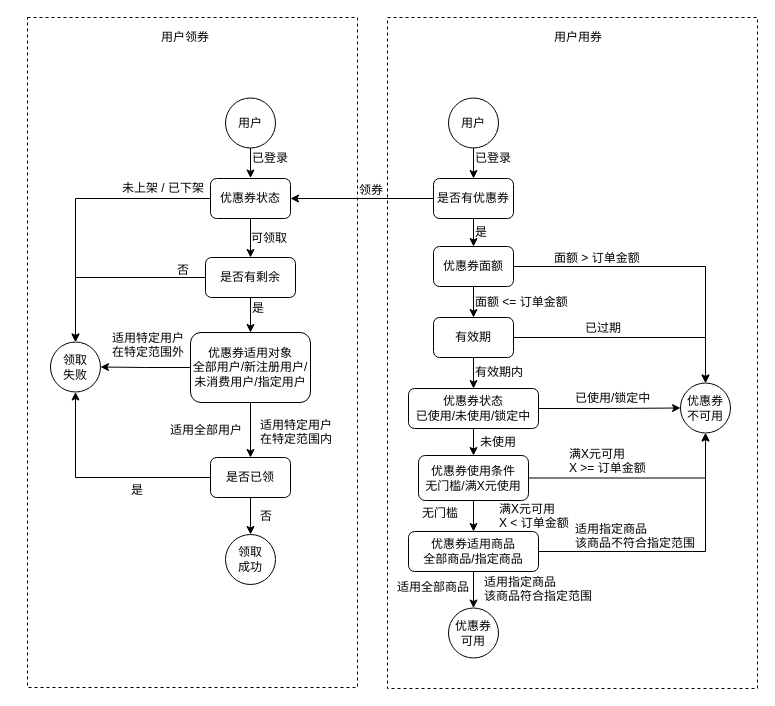
Earlier version of the draw.io diagram coupon.drawio (cocosongying/data). Source tidied: cells renumbered, new cells numbered last; positions are measured from the earlier drawing's top-left corner, leaving out a move shared by most shapes. Both pictures are drawn from the tidied source at 100%, with x=0, y=0 at pixel (27, 17).
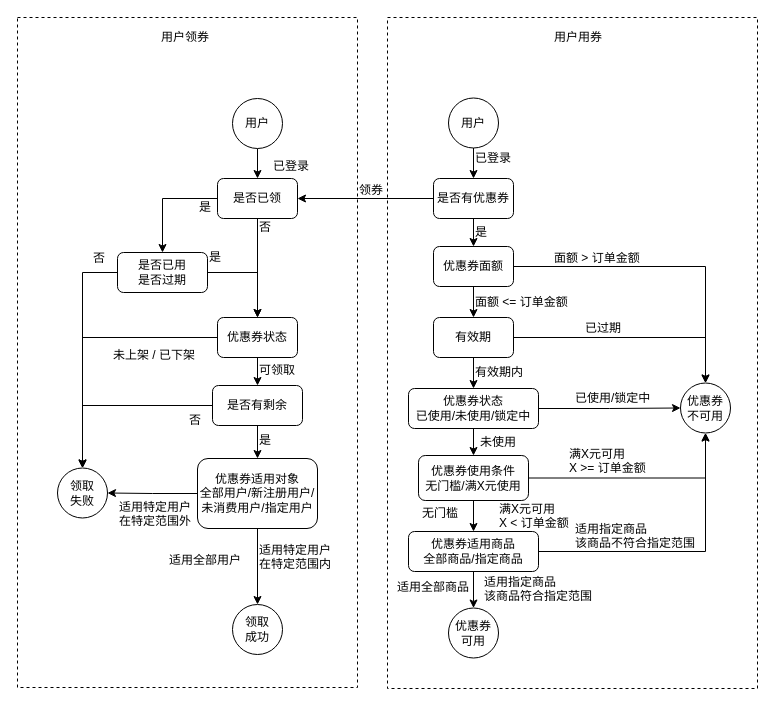
The same page after the edit.

Unchanged cells that the change refers to:
```xml
<mxCell id="28" value="是否有优惠券" style="rounded=1;whiteSpace=wrap;html=1;shadow=0;" parent="1" vertex="1">
  <mxGeometry x="406" y="161" width="80" height="40" as="geometry" />
</mxCell>
```

Change to the diagram source:
```diff
@@
-    <mxCell id="2" style="rounded=0;whiteSpace=wrap;html=1;gradientColor=none;shadow=0;fillColor=none;dashed=1;" parent="1" vertex="1">
-      <mxGeometry width="330" height="670" as="geometry" />
-    </mxCell>
+    <mxCell id="69" style="rounded=0;whiteSpace=wrap;html=1;dashed=1;" parent="1" vertex="1">
+      <mxGeometry x="-10" width="340" height="670" as="geometry" />
+    </mxCell>
@@
-    <mxCell id="4" style="edgeStyle=orthogonalEdgeStyle;rounded=0;jettySize=auto;html=1;shadow=0;" parent="1" edge="1" source="5">
-      <mxGeometry relative="1" as="geometry">
-        <mxPoint x="223" y="160.5" as="targetPoint" />
-      </mxGeometry>
+    <mxCell id="4" style="edgeStyle=orthogonalEdgeStyle;rounded=0;jettySize=auto;html=1;shadow=0;entryX=0.5;entryY=0;entryDx=0;entryDy=0;" parent="1" edge="1" source="5" target="17">
+      <mxGeometry relative="1" as="geometry" />
     </mxCell>
     <mxCell id="5" value="用户" style="ellipse;whiteSpace=wrap;html=1;shadow=0;" parent="1" vertex="1">
-      <mxGeometry x="198" y="80.5" width="50" height="50" as="geometry" />
+      <mxGeometry x="205" y="81" width="50" height="50" as="geometry" />
     </mxCell>
     <mxCell id="6" value="已登录" style="text;html=1;align=left;verticalAlign=top;spacingTop=-4;shadow=0;" parent="1" vertex="1">
-      <mxGeometry x="223" y="130.5" width="50" height="20" as="geometry" />
+      <mxGeometry x="244" y="139" width="50" height="20" as="geometry" />
     </mxCell>
@@
     <mxCell id="9" value="优惠券状态" style="rounded=1;whiteSpace=wrap;html=1;shadow=0;" parent="1" vertex="1">
-      <mxGeometry x="183" y="161" width="80" height="40" as="geometry" />
+      <mxGeometry x="190" y="300" width="80" height="40" as="geometry" />
     </mxCell>
@@
     <mxCell id="12" value="是否有剩余" style="rounded=1;whiteSpace=wrap;html=1;gradientColor=none;shadow=0;" parent="1" vertex="1">
-      <mxGeometry x="178" y="240" width="90" height="40" as="geometry" />
+      <mxGeometry x="185" y="368" width="90" height="40" as="geometry" />
     </mxCell>
-    <mxCell id="13" style="edgeStyle=orthogonalEdgeStyle;rounded=0;jettySize=auto;html=1;shadow=0;" parent="1" edge="1" source="15" target="17">
+    <mxCell id="13" style="edgeStyle=orthogonalEdgeStyle;rounded=0;jettySize=auto;html=1;shadow=0;entryX=0.5;entryY=0;entryDx=0;entryDy=0;" parent="1" edge="1" source="15" target="19">
       <mxGeometry relative="1" as="geometry" />
     </mxCell>
@@
     <mxCell id="15" value="优惠券适用对象&lt;br&gt;全部用户/新注册用户/未消费用户/指定用户&lt;br&gt;" style="rounded=1;whiteSpace=wrap;html=1;shadow=0;" parent="1" vertex="1">
-      <mxGeometry x="163" y="315" width="120" height="70" as="geometry" />
+      <mxGeometry x="170" y="441" width="120" height="70" as="geometry" />
     </mxCell>
-    <mxCell id="16" style="edgeStyle=orthogonalEdgeStyle;rounded=0;jettySize=auto;html=1;entryX=0.5;entryY=1;entryDx=0;entryDy=0;shadow=0;" parent="1" edge="1" source="17" target="53">
-      <mxGeometry relative="1" as="geometry" />
-    </mxCell>
-    <mxCell id="17" value="是否已领" style="rounded=1;whiteSpace=wrap;html=1;shadow=0;" parent="1" vertex="1">
-      <mxGeometry x="183" y="440" width="80" height="40" as="geometry" />
-    </mxCell>
-    <mxCell id="18" style="edgeStyle=orthogonalEdgeStyle;rounded=0;jettySize=auto;html=1;exitX=0.5;exitY=1;exitDx=0;exitDy=0;shadow=0;" parent="1" edge="1" source="17" target="19">
-      <mxGeometry relative="1" as="geometry" />
-    </mxCell>
     <mxCell id="19" value="领取&lt;br&gt;成功" style="ellipse;whiteSpace=wrap;html=1;shadow=0;" parent="1" vertex="1">
-      <mxGeometry x="198" y="517" width="50" height="50" as="geometry" />
+      <mxGeometry x="205" y="587" width="50" height="50" as="geometry" />
     </mxCell>
     <mxCell id="20" value="可领取" style="text;html=1;align=left;verticalAlign=top;spacingTop=-4;shadow=0;" parent="1" vertex="1">
-      <mxGeometry x="222" y="210.5" width="50" height="20" as="geometry" />
+      <mxGeometry x="230" y="342.5" width="50" height="20" as="geometry" />
     </mxCell>
     <mxCell id="21" value="是" style="text;html=1;align=left;verticalAlign=top;spacingTop=-4;shadow=0;" parent="1" vertex="1">
-      <mxGeometry x="223" y="280.5" width="30" height="20" as="geometry" />
+      <mxGeometry x="230" y="412.5" width="30" height="20" as="geometry" />
     </mxCell>
     <mxCell id="22" value="适用特定用户&lt;br&gt;在特定范围内" style="text;html=1;align=left;verticalAlign=top;spacingTop=-4;shadow=0;" parent="1" vertex="1">
-      <mxGeometry x="230.5" y="397.5" width="90" height="30" as="geometry" />
+      <mxGeometry x="230" y="522.5" width="90" height="30" as="geometry" />
     </mxCell>
-    <mxCell id="23" value="否" style="text;html=1;align=left;verticalAlign=top;spacingTop=-4;shadow=0;" parent="1" vertex="1">
-      <mxGeometry x="230.5" y="488.5" width="30" height="20" as="geometry" />
-    </mxCell>
@@
-    <mxCell id="27" style="edgeStyle=orthogonalEdgeStyle;rounded=0;jettySize=auto;html=1;entryX=1;entryY=0.5;entryDx=0;entryDy=0;shadow=0;" parent="1" edge="1" source="28" target="9">
+    <mxCell id="27" style="edgeStyle=orthogonalEdgeStyle;rounded=0;jettySize=auto;html=1;entryX=1;entryY=0.5;entryDx=0;entryDy=0;shadow=0;" parent="1" edge="1" source="28" target="17">
       <mxGeometry relative="1" as="geometry" />
     </mxCell>
@@
     <mxCell id="53" value="领取&lt;br&gt;失败&lt;br&gt;" style="ellipse;whiteSpace=wrap;html=1;shadow=0;" parent="1" vertex="1">
-      <mxGeometry x="23" y="324.5" width="50" height="50" as="geometry" />
+      <mxGeometry x="30" y="450.5" width="50" height="50" as="geometry" />
     </mxCell>
@@
     <mxCell id="55" value="未上架 / 已下架" style="text;html=1;align=left;verticalAlign=top;spacingTop=-4;shadow=0;" parent="1" vertex="1">
-      <mxGeometry x="93" y="160.5" width="100" height="20" as="geometry" />
+      <mxGeometry x="84" y="327.5" width="100" height="20" as="geometry" />
     </mxCell>
     <mxCell id="56" value="否" style="text;html=1;align=left;verticalAlign=top;spacingTop=-4;shadow=0;" parent="1" vertex="1">
-      <mxGeometry x="148" y="242.5" width="30" height="20" as="geometry" />
+      <mxGeometry x="160" y="392.5" width="30" height="20" as="geometry" />
     </mxCell>
     <mxCell id="57" value="适用特定用户&lt;br&gt;在特定范围外" style="text;html=1;align=left;verticalAlign=top;spacingTop=-4;shadow=0;" parent="1" vertex="1">
-      <mxGeometry x="83" y="310.5" width="90" height="30" as="geometry" />
+      <mxGeometry x="90" y="479.5" width="90" height="30" as="geometry" />
     </mxCell>
@@
     <mxCell id="64" value="适用全部用户" style="text;html=1;align=left;verticalAlign=top;spacingTop=-4;shadow=0;" parent="1" vertex="1">
-      <mxGeometry x="141" y="402.5" width="90" height="20" as="geometry" />
+      <mxGeometry x="140" y="532.5" width="90" height="20" as="geometry" />
     </mxCell>
-    <mxCell id="65" value="是" style="text;html=1;align=left;verticalAlign=top;spacingTop=-4;shadow=0;" parent="1" vertex="1">
-      <mxGeometry x="102" y="462.5" width="30" height="20" as="geometry" />
-    </mxCell>
@@
+    <mxCell id="70" style="edgeStyle=orthogonalEdgeStyle;rounded=0;jettySize=auto;html=1;" parent="1" edge="1" source="17" target="9">
+      <mxGeometry relative="1" as="geometry" />
+    </mxCell>
+    <mxCell id="71" style="edgeStyle=orthogonalEdgeStyle;rounded=0;jettySize=auto;html=1;entryX=0.5;entryY=0;entryDx=0;entryDy=0;" parent="1" edge="1" source="17" target="75">
+      <mxGeometry relative="1" as="geometry" />
+    </mxCell>
+    <mxCell id="17" value="是否已领" style="rounded=1;whiteSpace=wrap;html=1;shadow=0;" parent="1" vertex="1">
+      <mxGeometry x="190" y="161" width="80" height="40" as="geometry" />
+    </mxCell>
+    <mxCell id="72" value="否&lt;br&gt;" style="text;html=1;align=left;verticalAlign=top;spacingTop=-4;" parent="1" vertex="1">
+      <mxGeometry x="230" y="200" width="30" height="20" as="geometry" />
+    </mxCell>
+    <mxCell id="73" style="edgeStyle=orthogonalEdgeStyle;rounded=0;jettySize=auto;html=1;entryX=0.5;entryY=0;entryDx=0;entryDy=0;" parent="1" edge="1" source="75" target="9">
+      <mxGeometry relative="1" as="geometry" />
+    </mxCell>
+    <mxCell id="74" style="edgeStyle=orthogonalEdgeStyle;rounded=0;jettySize=auto;html=1;entryX=0.5;entryY=0;entryDx=0;entryDy=0;" parent="1" edge="1" source="75" target="53">
+      <mxGeometry relative="1" as="geometry" />
+    </mxCell>
+    <mxCell id="75" value="是否已用&lt;br&gt;是否过期&lt;br&gt;" style="rounded=1;whiteSpace=wrap;html=1;" parent="1" vertex="1">
+      <mxGeometry x="90" y="235" width="90" height="40" as="geometry" />
+    </mxCell>
+    <mxCell id="76" value="是" style="text;html=1;align=left;verticalAlign=top;spacingTop=-4;" parent="1" vertex="1">
+      <mxGeometry x="170" y="180" width="30" height="20" as="geometry" />
+    </mxCell>
+    <mxCell id="77" value="是" style="text;html=1;align=left;verticalAlign=top;spacingTop=-4;" parent="1" vertex="1">
+      <mxGeometry x="180" y="230" width="30" height="20" as="geometry" />
+    </mxCell>
+    <mxCell id="78" value="否&lt;br&gt;" style="text;html=1;align=left;verticalAlign=top;spacingTop=-4;" parent="1" vertex="1">
+      <mxGeometry x="64" y="231" width="30" height="20" as="geometry" />
+    </mxCell>
```
